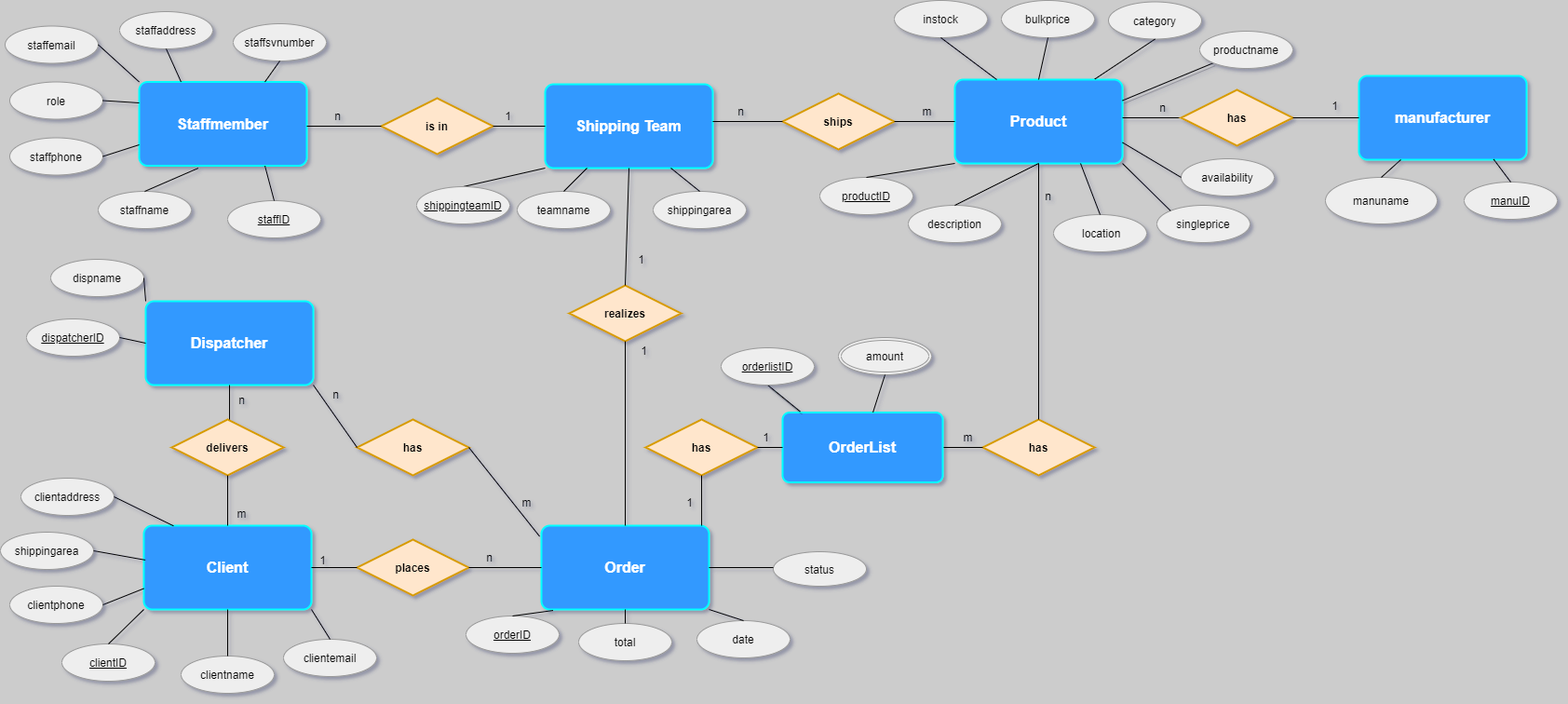
This is re_diagram.png from CodeFactoryWien/WF-Java-05, a draw.io export, as it was before one commit. Source tidied: cells renumbered, new cells last; positions are measured from the earlier drawing's top-left corner, leaving out a move shared by most shapes.
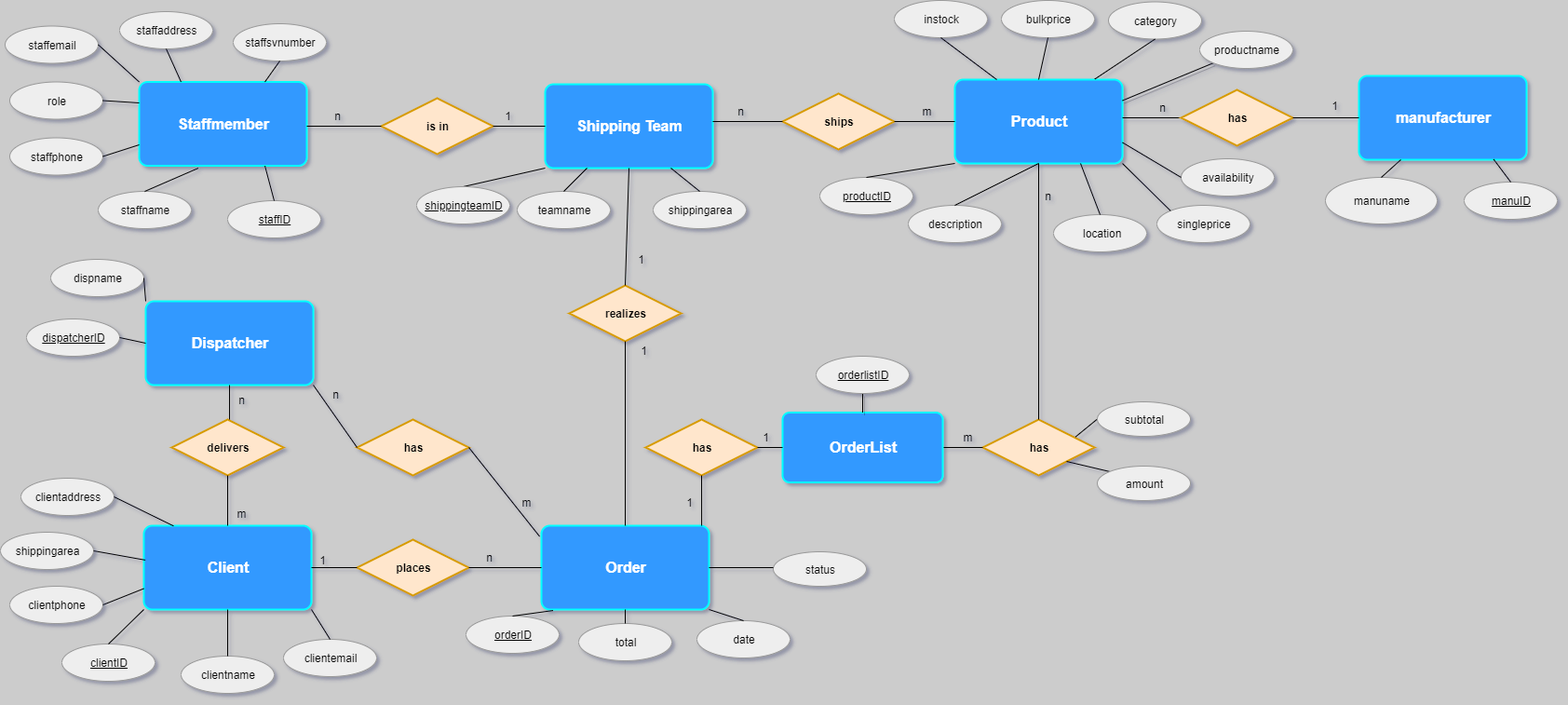
Above is the later version.

Change to the diagram source:
```diff
@@ -353,18 +353,12 @@
     <mxCell id="116" value="1" style="text;html=1;align=center;verticalAlign=middle;" parent="1" vertex="1">
       <mxGeometry x="813" y="460" width="17" height="18" as="geometry" />
     </mxCell>
-    <mxCell id="117" style="rounded=0;jettySize=auto;html=1;exitX=0.5;exitY=1;exitDx=0;exitDy=0;entryX=0.11;entryY=-0.014;entryDx=0;entryDy=0;shadow=1;endArrow=none;endFill=0;fontSize=16;fontColor=#FFFFFF;entryPerimeter=0;" parent="1" edge="1" source="118" target="111">
+    <mxCell id="117" style="rounded=0;jettySize=auto;html=1;exitX=0.5;exitY=1;exitDx=0;exitDy=0;entryX=0.5;entryY=0;entryDx=0;entryDy=0;shadow=1;endArrow=none;endFill=0;fontSize=16;fontColor=#FFFFFF;" parent="1" edge="1" source="118" target="111">
       <mxGeometry relative="1" as="geometry" />
     </mxCell>
     <mxCell id="118" value="&lt;u&gt;orderlistID&lt;/u&gt;" style="ellipse;whiteSpace=wrap;html=1;align=center;shadow=0;strokeColor=#999999;fillColor=#eeeeee;" parent="1" vertex="1">
-      <mxGeometry x="774" y="373" width="100" height="40" as="geometry" />
+      <mxGeometry x="876" y="382" width="100" height="40" as="geometry" />
     </mxCell>
-    <mxCell id="119" value="amount" style="ellipse;shape=doubleEllipse;margin=3;whiteSpace=wrap;html=1;align=center;shadow=0;strokeColor=#999999;fillColor=#eeeeee;" parent="1" vertex="1">
-      <mxGeometry x="900" y="362" width="100" height="40" as="geometry" />
-    </mxCell>
-    <mxCell id="120" style="endArrow=none;html=1;rounded=0;exitX=0.564;exitY=0;exitDx=0;exitDy=0;entryX=0.5;entryY=1;entryDx=0;entryDy=0;exitPerimeter=0;" parent="1" edge="1" source="111" target="119">
-      <mxGeometry relative="1" as="geometry" />
-    </mxCell>
     <mxCell id="121" style="rounded=0;jettySize=auto;html=1;exitX=0;exitY=1;exitDx=0;exitDy=0;entryX=1;entryY=0.25;entryDx=0;entryDy=0;shadow=1;endArrow=none;endFill=0;fontSize=16;fontColor=#FFFFFF;" parent="1" edge="1" source="122" target="2">
       <mxGeometry relative="1" as="geometry" />
     </mxCell>
@@ -379,5 +373,17 @@
         <mxPoint x="830" y="609" as="targetPoint" />
       </mxGeometry>
     </mxCell>
+    <mxCell id="125" style="edgeStyle=none;rounded=0;jettySize=auto;html=1;exitX=0;exitY=0.5;exitDx=0;exitDy=0;entryX=0.83;entryY=0.31;entryDx=0;entryDy=0;entryPerimeter=0;endArrow=none;endFill=0;" parent="1" edge="1" source="126" target="74">
+      <mxGeometry relative="1" as="geometry" />
+    </mxCell>
+    <mxCell id="126" value="subtotal" style="ellipse;whiteSpace=wrap;html=1;align=center;shadow=0;strokeColor=#999999;fillColor=#eeeeee;fixDash=0;" parent="1" vertex="1">
+      <mxGeometry x="1178" y="431" width="100" height="37" as="geometry" />
+    </mxCell>
+    <mxCell id="127" style="rounded=0;jettySize=auto;html=1;exitX=0;exitY=0;exitDx=0;exitDy=0;entryX=1;entryY=1;entryDx=0;entryDy=0;endArrow=none;endFill=0;" parent="1" edge="1" source="119" target="74">
+      <mxGeometry relative="1" as="geometry" />
+    </mxCell>
+    <mxCell id="119" value="amount" style="ellipse;whiteSpace=wrap;html=1;align=center;shadow=0;strokeColor=#999999;fillColor=#eeeeee;fixDash=0;" parent="1" vertex="1">
+      <mxGeometry x="1178" y="500" width="100" height="37" as="geometry" />
+    </mxCell>
   </root>
 </mxGraphModel>
```
